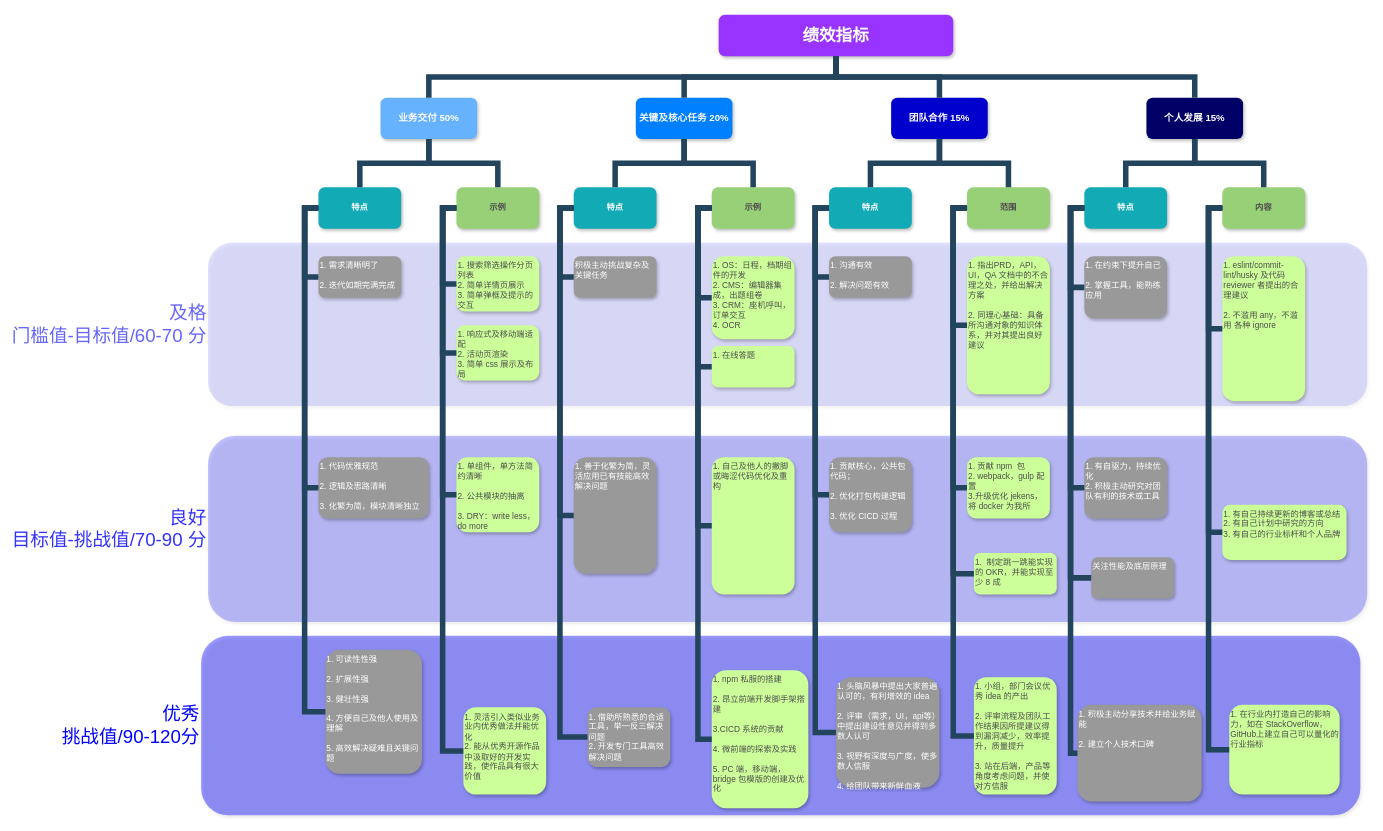
Before: work/效率与质量维度.drawio in yanlee26/drawings, a draw.io diagram. Source tidied: cells renumbered, new cells numbered last; positions are measured from the earlier drawing's top-left corner, leaving out a move shared by most shapes. Both pictures are drawn from the tidied source at 69%, with x=0, y=0 at pixel (201, 14).
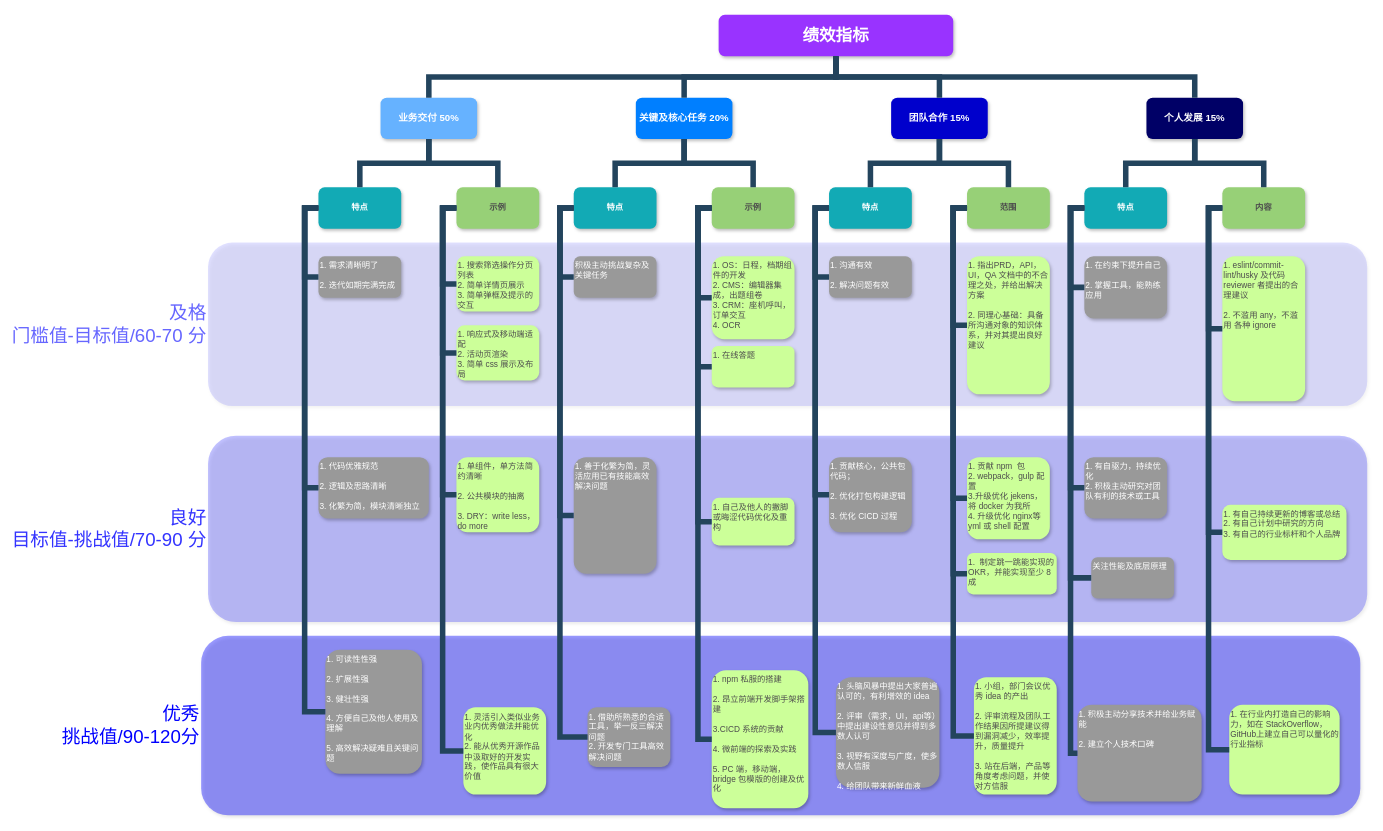
The same page after the edit.

Diff of the diagram source:
```diff
@@
     <mxCell id="24" value="1. 自己及他人的撇脚或晦涩代码优化及重构&#10;" style="whiteSpace=wrap;rounded=1;strokeColor=none;shadow=1;fontStyle=0;fillColor=#CCFF99;fontColor=#4D4D4D;verticalAlign=top;align=left;" parent="1" vertex="1">
-      <mxGeometry x="740" y="641" width="120" height="199" as="geometry" />
+      <mxGeometry x="740" y="700" width="120" height="69" as="geometry" />
     </mxCell>
@@
-    <mxCell id="48" value="1. 贡献 npm  包&#10;2. webpack，gulp 配置&#10;3.升级优化 jekens，&#10;将 docker 为我所" style="whiteSpace=wrap;rounded=1;strokeColor=none;shadow=1;fontStyle=0;fontColor=#4D4D4D;fillColor=#CCFF99;verticalAlign=top;align=left;" parent="1" vertex="1">
-      <mxGeometry x="1110" y="641" width="120" height="89" as="geometry" />
+    <mxCell id="48" value="1. 贡献 npm  包&#10;2. webpack，gulp 配置&#10;3.升级优化 jekens，&#10;将 docker 为我所&#10;4. 升级优化 nginx等 yml 或 shell 配置" style="whiteSpace=wrap;rounded=1;strokeColor=none;shadow=1;fontStyle=0;fontColor=#4D4D4D;fillColor=#CCFF99;verticalAlign=top;align=left;" parent="1" vertex="1">
+      <mxGeometry x="1110" y="641" width="120" height="119" as="geometry" />
     </mxCell>
     <mxCell id="49" value="1.  制定跳一跳能实现的 OKR，并能实现至少 8 成" style="whiteSpace=wrap;rounded=1;strokeColor=none;shadow=1;fontStyle=0;fontColor=#4D4D4D;fillColor=#CCFF99;verticalAlign=top;align=left;" parent="1" vertex="1">
-      <mxGeometry x="1120" y="780" width="120" height="60" as="geometry" />
+      <mxGeometry x="1110" y="780" width="130" height="60" as="geometry" />
     </mxCell>
```
